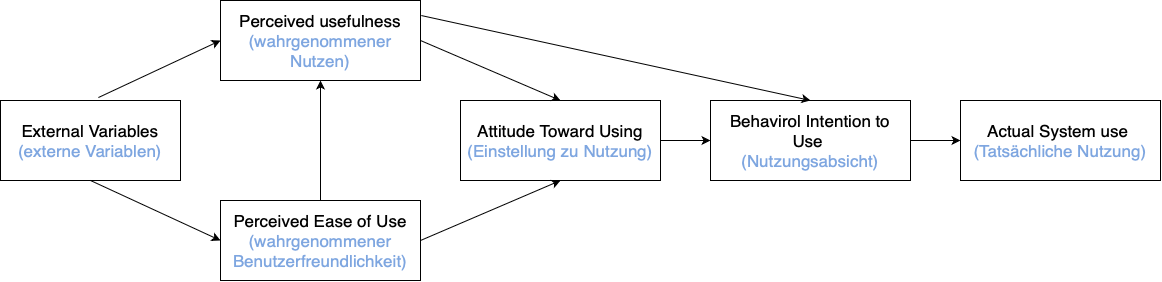
The draw.io diagram TAM1.drawio.png in Brouny09/Web_Programming, before a commit. Source tidied: cells renumbered, new cells last; positions are measured from the earlier drawing's top-left corner, leaving out a move shared by most shapes.
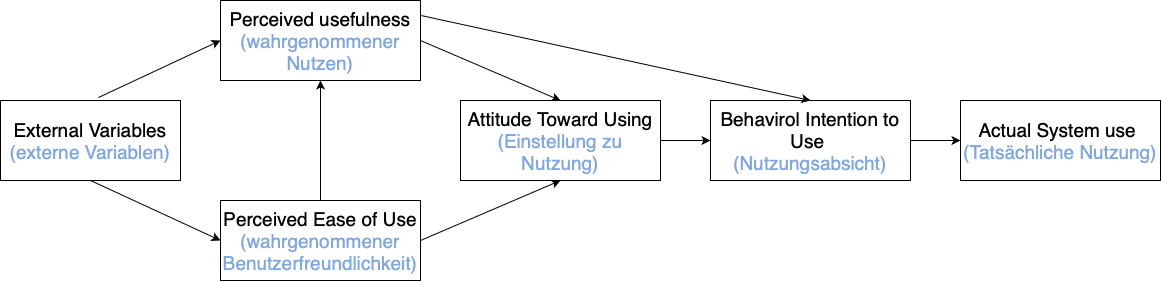
After the commit.

Diff of the diagram source:
```diff
@@ -2,22 +2,22 @@
   <root>
     <mxCell id="0" />
     <mxCell id="1" parent="0" />
-    <mxCell id="2" value="&lt;div&gt;&lt;font style=&quot;font-size: 17px;&quot;&gt;External Variables&lt;/font&gt;&lt;/div&gt;&lt;div&gt;&lt;span style=&quot;color: rgb(126, 166, 224);&quot;&gt;&lt;font style=&quot;font-size: 17px;&quot;&gt;(externe Variablen)&lt;/font&gt;&lt;/span&gt;&lt;br&gt;&lt;/div&gt;" style="rounded=0;whiteSpace=wrap;html=1;" parent="1" vertex="1">
+    <mxCell id="2" value="&lt;div&gt;&lt;font style=&quot;font-size: 19px;&quot;&gt;External Variables&lt;/font&gt;&lt;/div&gt;&lt;div&gt;&lt;span style=&quot;color: rgb(126, 166, 224);&quot;&gt;&lt;font style=&quot;font-size: 19px;&quot;&gt;(externe Variablen)&lt;/font&gt;&lt;/span&gt;&lt;br&gt;&lt;/div&gt;" style="rounded=0;whiteSpace=wrap;html=1;" parent="1" vertex="1">
       <mxGeometry y="100" width="180" height="80" as="geometry" />
     </mxCell>
-    <mxCell id="3" value="&lt;div&gt;&lt;font style=&quot;font-size: 17px;&quot;&gt;Perceived usefulness&lt;/font&gt;&lt;/div&gt;&lt;div&gt;&lt;span style=&quot;color: rgb(126, 166, 224);&quot;&gt;&lt;font style=&quot;font-size: 17px;&quot;&gt;(wahrgenommener Nutzen)&lt;/font&gt;&lt;/span&gt;&lt;br&gt;&lt;/div&gt;" style="rounded=0;whiteSpace=wrap;html=1;" parent="1" vertex="1">
+    <mxCell id="3" value="&lt;div&gt;&lt;font style=&quot;font-size: 19px;&quot;&gt;Perceived usefulness&lt;/font&gt;&lt;/div&gt;&lt;div&gt;&lt;span style=&quot;color: rgb(126, 166, 224);&quot;&gt;&lt;font style=&quot;font-size: 19px;&quot;&gt;(wahrgenommener Nutzen)&lt;/font&gt;&lt;/span&gt;&lt;br&gt;&lt;/div&gt;" style="rounded=0;whiteSpace=wrap;html=1;" parent="1" vertex="1">
       <mxGeometry x="220" width="200" height="80" as="geometry" />
     </mxCell>
-    <mxCell id="4" value="&lt;div&gt;&lt;font style=&quot;font-size: 17px;&quot;&gt;Perceived Ease of Use&lt;/font&gt;&lt;/div&gt;&lt;div&gt;&lt;span style=&quot;color: rgb(126, 166, 224);&quot;&gt;&lt;font style=&quot;font-size: 17px;&quot;&gt;(wahrgenommener Benutzerfreundlichkeit)&lt;/font&gt;&lt;/span&gt;&lt;br&gt;&lt;/div&gt;" style="rounded=0;whiteSpace=wrap;html=1;" parent="1" vertex="1">
+    <mxCell id="4" value="&lt;div&gt;&lt;font style=&quot;font-size: 19px;&quot;&gt;Perceived Ease of Use&lt;/font&gt;&lt;/div&gt;&lt;div&gt;&lt;span style=&quot;color: rgb(126, 166, 224);&quot;&gt;&lt;font style=&quot;font-size: 19px;&quot;&gt;(wahrgenommener Benutzerfreundlichkeit)&lt;/font&gt;&lt;/span&gt;&lt;br&gt;&lt;/div&gt;" style="rounded=0;whiteSpace=wrap;html=1;" parent="1" vertex="1">
       <mxGeometry x="220" y="200" width="200" height="80" as="geometry" />
     </mxCell>
-    <mxCell id="5" value="&lt;div&gt;&lt;font style=&quot;font-size: 17px;&quot;&gt;Attitude Toward Using&lt;/font&gt;&lt;/div&gt;&lt;div&gt;&lt;font style=&quot;font-size: 17px;&quot;&gt;&lt;span style=&quot;color: rgb(126, 166, 224);&quot;&gt;(Einstellung zu Nutzung&lt;/span&gt;&lt;span style=&quot;color: rgb(126, 166, 224);&quot;&gt;)&lt;/span&gt;&lt;/font&gt;&lt;/div&gt;" style="rounded=0;whiteSpace=wrap;html=1;" parent="1" vertex="1">
+    <mxCell id="5" value="&lt;div&gt;&lt;font style=&quot;font-size: 19px;&quot;&gt;Attitude Toward Using&lt;/font&gt;&lt;/div&gt;&lt;div&gt;&lt;font style=&quot;font-size: 19px;&quot;&gt;&lt;span style=&quot;color: rgb(126, 166, 224);&quot;&gt;(Einstellung zu Nutzung&lt;/span&gt;&lt;span style=&quot;color: rgb(126, 166, 224);&quot;&gt;)&lt;/span&gt;&lt;/font&gt;&lt;/div&gt;" style="rounded=0;whiteSpace=wrap;html=1;" parent="1" vertex="1">
       <mxGeometry x="460" y="100" width="200" height="80" as="geometry" />
     </mxCell>
-    <mxCell id="6" value="&lt;div&gt;&lt;font style=&quot;font-size: 17px;&quot;&gt;Behavirol Intention to Use&amp;nbsp;&lt;/font&gt;&lt;/div&gt;&lt;div&gt;&lt;font style=&quot;font-size: 17px;&quot;&gt;&lt;span style=&quot;color: rgb(126, 166, 224);&quot;&gt;(Nutzungsabsicht&lt;/span&gt;&lt;span style=&quot;color: rgb(126, 166, 224);&quot;&gt;)&lt;/span&gt;&lt;/font&gt;&lt;br&gt;&lt;/div&gt;" style="rounded=0;whiteSpace=wrap;html=1;" parent="1" vertex="1">
+    <mxCell id="6" value="&lt;div&gt;&lt;font style=&quot;font-size: 19px;&quot;&gt;Behavirol Intention to Use&amp;nbsp;&lt;/font&gt;&lt;/div&gt;&lt;div&gt;&lt;font style=&quot;font-size: 19px;&quot;&gt;&lt;span style=&quot;color: rgb(126, 166, 224);&quot;&gt;(Nutzungsabsicht&lt;/span&gt;&lt;span style=&quot;color: rgb(126, 166, 224);&quot;&gt;)&lt;/span&gt;&lt;/font&gt;&lt;br&gt;&lt;/div&gt;" style="rounded=0;whiteSpace=wrap;html=1;" parent="1" vertex="1">
       <mxGeometry x="710" y="100" width="200" height="80" as="geometry" />
     </mxCell>
-    <mxCell id="7" value="&lt;div&gt;&lt;font style=&quot;font-size: 17px;&quot;&gt;Actual System use&amp;nbsp;&lt;/font&gt;&lt;/div&gt;&lt;div&gt;&lt;font style=&quot;font-size: 17px;&quot;&gt;&lt;span style=&quot;color: rgb(126, 166, 224);&quot;&gt;(Tatsächliche Nutzung&lt;/span&gt;&lt;span style=&quot;color: rgb(126, 166, 224);&quot;&gt;)&lt;/span&gt;&lt;/font&gt;&lt;br&gt;&lt;/div&gt;" style="rounded=0;whiteSpace=wrap;html=1;" parent="1" vertex="1">
+    <mxCell id="7" value="&lt;div&gt;&lt;font style=&quot;font-size: 19px;&quot;&gt;Actual System use&amp;nbsp;&lt;/font&gt;&lt;/div&gt;&lt;div&gt;&lt;font style=&quot;font-size: 19px;&quot;&gt;&lt;span style=&quot;color: rgb(126, 166, 224);&quot;&gt;(Tatsächliche Nutzung&lt;/span&gt;&lt;span style=&quot;color: rgb(126, 166, 224);&quot;&gt;)&lt;/span&gt;&lt;/font&gt;&lt;br&gt;&lt;/div&gt;" style="rounded=0;whiteSpace=wrap;html=1;" parent="1" vertex="1">
       <mxGeometry x="960" y="100" width="200" height="80" as="geometry" />
     </mxCell>
     <mxCell id="8" style="endArrow=classic;html=1;rounded=0;exitX=0.5;exitY=1;exitDx=0;exitDy=0;entryX=0;entryY=0.5;entryDx=0;entryDy=0;" parent="1" edge="1" source="2" target="4">
```
